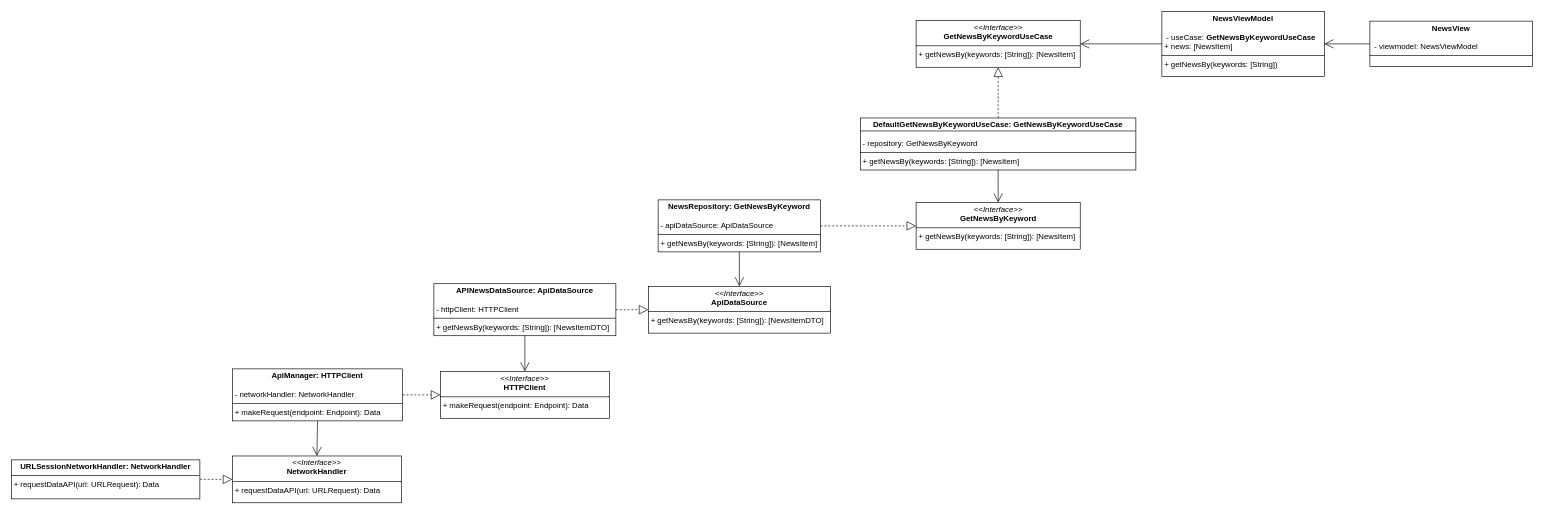
This is page "CleanArchitecture" (3 of 3) of 002_clean_architecture/resources/CleanArchitectureExampleUML.drawio from josemortizs/ArticulosTecnicos, a draw.io file, before an edit. Source tidied: cells renumbered, new cells numbered last; positions are measured from the earlier drawing's top-left corner, leaving out a move shared by most shapes. Both pictures are drawn from the tidied source at 65%, with x=0, y=0 at pixel (11, 11).
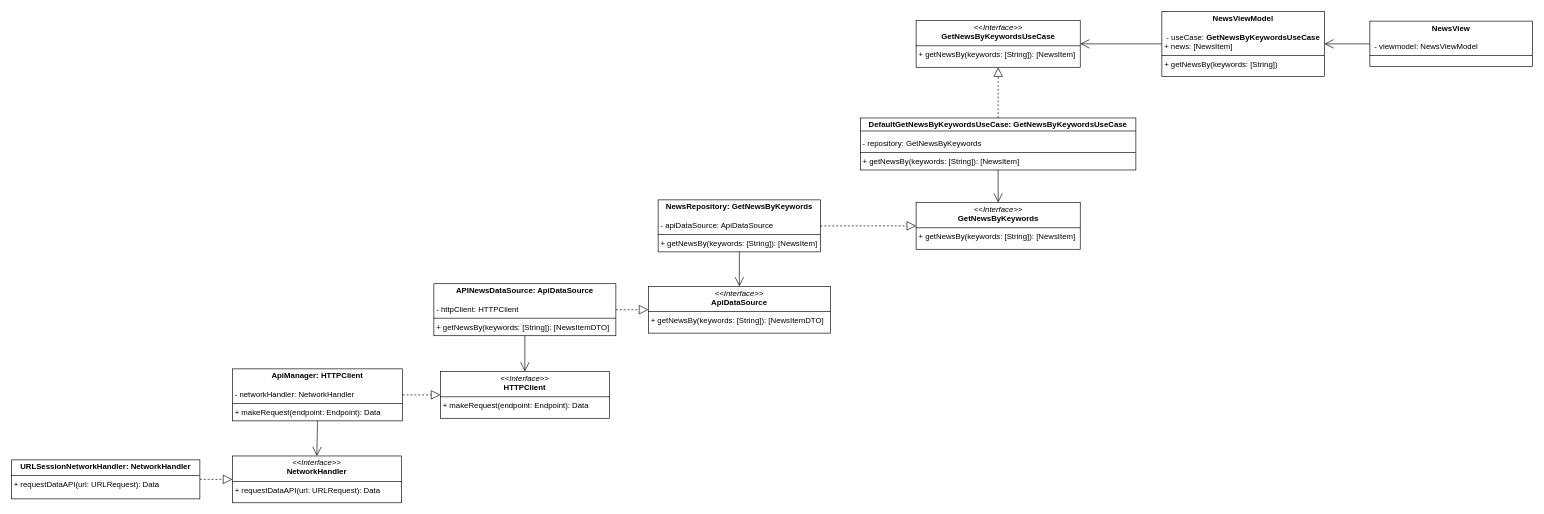
The same page after the edit.

Change to the diagram source:
```diff
@@
-    <mxCell id="2" value="&lt;p style=&quot;margin:0px;margin-top:4px;text-align:center;&quot;&gt;&lt;b&gt;DefaultGetNewsByKeywordUseCase: GetNewsByKeywordUseCase&lt;/b&gt;&lt;/p&gt;&lt;p style=&quot;margin:0px;margin-left:4px;&quot;&gt;&lt;br&gt;&lt;/p&gt;&lt;p style=&quot;margin:0px;margin-left:4px;&quot;&gt;- repository: GetNewsByKeyword&lt;/p&gt;&lt;hr size=&quot;1&quot; style=&quot;border-style:solid;&quot;&gt;&lt;p style=&quot;margin:0px;margin-left:4px;&quot;&gt;+ getNewsBy(keywords: [String]): [NewsItem]&lt;br&gt;&lt;/p&gt;" style="verticalAlign=top;align=left;overflow=fill;html=1;whiteSpace=wrap;" parent="1" vertex="1">
+    <mxCell id="2" value="&lt;p style=&quot;margin:0px;margin-top:4px;text-align:center;&quot;&gt;&lt;b&gt;DefaultGetNewsByKeywordsUseCase: GetNewsByKeywordsUseCase&lt;/b&gt;&lt;/p&gt;&lt;p style=&quot;margin:0px;margin-left:4px;&quot;&gt;&lt;br&gt;&lt;/p&gt;&lt;p style=&quot;margin:0px;margin-left:4px;&quot;&gt;- repository: GetNewsByKeywords&lt;/p&gt;&lt;hr size=&quot;1&quot; style=&quot;border-style:solid;&quot;&gt;&lt;p style=&quot;margin:0px;margin-left:4px;&quot;&gt;+ getNewsBy(keywords: [String]): [NewsItem]&lt;br&gt;&lt;/p&gt;" style="verticalAlign=top;align=left;overflow=fill;html=1;whiteSpace=wrap;" parent="1" vertex="1">
       <mxGeometry x="1306.2" y="164" width="423.8" height="80" as="geometry" />
     </mxCell>
@@
-    <mxCell id="4" value="&lt;p style=&quot;margin:0px;margin-top:4px;text-align:center;&quot;&gt;&lt;i&gt;&amp;lt;&amp;lt;Interface&amp;gt;&amp;gt;&lt;/i&gt;&lt;br&gt;&lt;b&gt;GetNewsByKeyword&lt;/b&gt;&lt;/p&gt;&lt;hr size=&quot;1&quot; style=&quot;border-style:solid;&quot;&gt;&lt;p style=&quot;margin:0px;margin-left:4px;&quot;&gt;&lt;span style=&quot;background-color: initial;&quot;&gt;+ getNewsBy(keywords: [String]): [&lt;/span&gt;NewsItem&lt;span style=&quot;background-color: initial;&quot;&gt;]&lt;/span&gt;&lt;br&gt;&lt;/p&gt;" style="verticalAlign=top;align=left;overflow=fill;html=1;whiteSpace=wrap;" parent="1" vertex="1">
+    <mxCell id="4" value="&lt;p style=&quot;margin:0px;margin-top:4px;text-align:center;&quot;&gt;&lt;i&gt;&amp;lt;&amp;lt;Interface&amp;gt;&amp;gt;&lt;/i&gt;&lt;br&gt;&lt;b&gt;GetNewsByKeywords&lt;/b&gt;&lt;/p&gt;&lt;hr size=&quot;1&quot; style=&quot;border-style:solid;&quot;&gt;&lt;p style=&quot;margin:0px;margin-left:4px;&quot;&gt;&lt;span style=&quot;background-color: initial;&quot;&gt;+ getNewsBy(keywords: [String]): [&lt;/span&gt;NewsItem&lt;span style=&quot;background-color: initial;&quot;&gt;]&lt;/span&gt;&lt;br&gt;&lt;/p&gt;" style="verticalAlign=top;align=left;overflow=fill;html=1;whiteSpace=wrap;" parent="1" vertex="1">
       <mxGeometry x="1391.9" y="294" width="252.5" height="72" as="geometry" />
     </mxCell>
-    <mxCell id="5" value="&lt;p style=&quot;margin:0px;margin-top:4px;text-align:center;&quot;&gt;&lt;b&gt;NewsRepository: GetNewsByKeyword&lt;/b&gt;&lt;/p&gt;&lt;p style=&quot;margin:0px;margin-left:4px;&quot;&gt;&lt;br&gt;&lt;/p&gt;&lt;p style=&quot;margin:0px;margin-left:4px;&quot;&gt;- apiDataSource: ApiDataSource&lt;/p&gt;&lt;hr size=&quot;1&quot; style=&quot;border-style:solid;&quot;&gt;&lt;p style=&quot;margin:0px;margin-left:4px;&quot;&gt;+ getNewsBy(keywords: [String]): [NewsItem]&lt;/p&gt;" style="verticalAlign=top;align=left;overflow=fill;html=1;whiteSpace=wrap;" parent="1" vertex="1">
+    <mxCell id="5" value="&lt;p style=&quot;margin:0px;margin-top:4px;text-align:center;&quot;&gt;&lt;b&gt;NewsRepository: GetNewsByKeywords&lt;/b&gt;&lt;/p&gt;&lt;p style=&quot;margin:0px;margin-left:4px;&quot;&gt;&lt;br&gt;&lt;/p&gt;&lt;p style=&quot;margin:0px;margin-left:4px;&quot;&gt;- apiDataSource: ApiDataSource&lt;/p&gt;&lt;hr size=&quot;1&quot; style=&quot;border-style:solid;&quot;&gt;&lt;p style=&quot;margin:0px;margin-left:4px;&quot;&gt;+ getNewsBy(keywords: [String]): [NewsItem]&lt;/p&gt;" style="verticalAlign=top;align=left;overflow=fill;html=1;whiteSpace=wrap;" parent="1" vertex="1">
       <mxGeometry x="995" y="290" width="250" height="80" as="geometry" />
     </mxCell>
@@
-    <mxCell id="20" value="&lt;p style=&quot;margin:0px;margin-top:4px;text-align:center;&quot;&gt;&lt;b&gt;NewsViewModel&lt;/b&gt;&lt;/p&gt;&lt;p style=&quot;margin:0px;margin-left:4px;&quot;&gt;&lt;br&gt;&lt;/p&gt;&lt;p style=&quot;margin:0px;margin-left:4px;&quot;&gt;&amp;nbsp;- useCase:&amp;nbsp;&lt;b style=&quot;background-color: initial; text-align: center;&quot;&gt;GetNewsByKeywordUseCase&lt;/b&gt;&lt;/p&gt;&lt;p style=&quot;margin:0px;margin-left:4px;&quot;&gt;+ news: [NewsItem]&lt;/p&gt;&lt;hr size=&quot;1&quot; style=&quot;border-style:solid;&quot;&gt;&lt;p style=&quot;margin:0px;margin-left:4px;&quot;&gt;+ getNewsBy(keywords: [String])&lt;/p&gt;" style="verticalAlign=top;align=left;overflow=fill;html=1;whiteSpace=wrap;" parent="1" vertex="1">
+    <mxCell id="20" value="&lt;p style=&quot;margin:0px;margin-top:4px;text-align:center;&quot;&gt;&lt;b&gt;NewsViewModel&lt;/b&gt;&lt;/p&gt;&lt;p style=&quot;margin:0px;margin-left:4px;&quot;&gt;&lt;br&gt;&lt;/p&gt;&lt;p style=&quot;margin:0px;margin-left:4px;&quot;&gt;&amp;nbsp;- useCase:&amp;nbsp;&lt;b style=&quot;background-color: initial; text-align: center;&quot;&gt;GetNewsByKeywordsUseCase&lt;/b&gt;&lt;/p&gt;&lt;p style=&quot;margin:0px;margin-left:4px;&quot;&gt;+ news: [NewsItem]&lt;/p&gt;&lt;hr size=&quot;1&quot; style=&quot;border-style:solid;&quot;&gt;&lt;p style=&quot;margin:0px;margin-left:4px;&quot;&gt;+ getNewsBy(keywords: [String])&lt;/p&gt;" style="verticalAlign=top;align=left;overflow=fill;html=1;whiteSpace=wrap;" parent="1" vertex="1">
       <mxGeometry x="1770" width="250" height="100" as="geometry" />
     </mxCell>
@@
-    <mxCell id="24" value="&lt;p style=&quot;margin:0px;margin-top:4px;text-align:center;&quot;&gt;&lt;i&gt;&amp;lt;&amp;lt;Interface&amp;gt;&amp;gt;&lt;/i&gt;&lt;br&gt;&lt;b&gt;GetNewsByKeywordUseCase&lt;/b&gt;&lt;/p&gt;&lt;hr size=&quot;1&quot; style=&quot;border-style:solid;&quot;&gt;&lt;p style=&quot;margin:0px;margin-left:4px;&quot;&gt;&lt;span style=&quot;background-color: initial;&quot;&gt;+ getNewsBy(keywords: [String]): [&lt;/span&gt;NewsItem&lt;span style=&quot;background-color: initial;&quot;&gt;]&lt;/span&gt;&lt;br&gt;&lt;/p&gt;" style="verticalAlign=top;align=left;overflow=fill;html=1;whiteSpace=wrap;" parent="1" vertex="1">
+    <mxCell id="24" value="&lt;p style=&quot;margin:0px;margin-top:4px;text-align:center;&quot;&gt;&lt;i&gt;&amp;lt;&amp;lt;Interface&amp;gt;&amp;gt;&lt;/i&gt;&lt;br&gt;&lt;b&gt;GetNewsByKeywordsUseCase&lt;/b&gt;&lt;/p&gt;&lt;hr size=&quot;1&quot; style=&quot;border-style:solid;&quot;&gt;&lt;p style=&quot;margin:0px;margin-left:4px;&quot;&gt;&lt;span style=&quot;background-color: initial;&quot;&gt;+ getNewsBy(keywords: [String]): [&lt;/span&gt;NewsItem&lt;span style=&quot;background-color: initial;&quot;&gt;]&lt;/span&gt;&lt;br&gt;&lt;/p&gt;" style="verticalAlign=top;align=left;overflow=fill;html=1;whiteSpace=wrap;" parent="1" vertex="1">
       <mxGeometry x="1391.9" y="14" width="252.5" height="72" as="geometry" />
     </mxCell>
```
